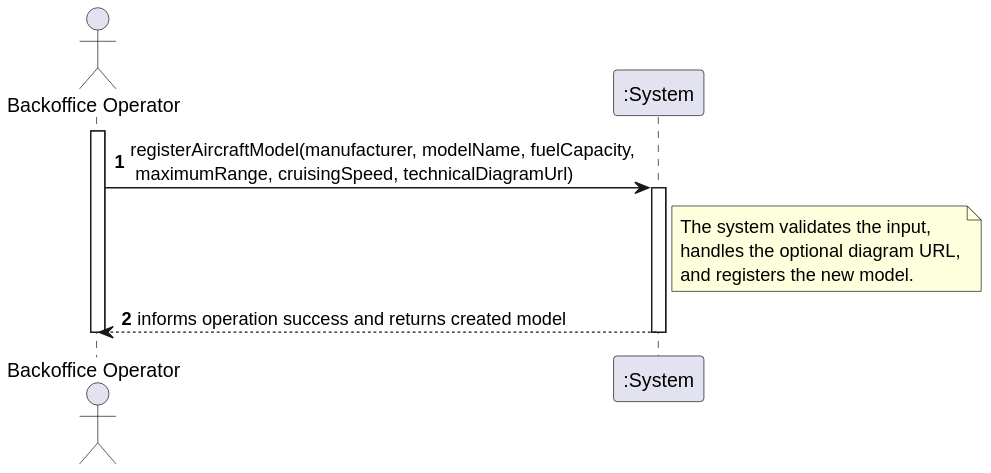
Before: docs/use-cases/WP#B/WP#1B/US202/svg/SSD/ssd_us202.svg, a diagram exported from PlantUML (Martim690/PSOFT_2db_1240690_1241484_1230985_1240568). Its diagram source:
```plantuml
@startuml
autonumber
actor "Backoffice Operator" as BO
participant ":System" as System

activate BO
BO -> System : registerAircraftModel(manufacturer, modelName, fuelCapacity,\n maximumRange, cruisingSpeed, technicalDiagramUrl)
activate System

note right of System: The system validates the input,\nhandles the optional diagram URL,\nand registers the new model.

System --> BO : informs operation success and returns created model
deactivate System
deactivate BO
@enduml
```
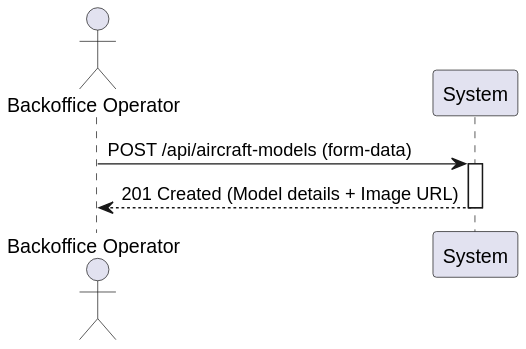
Above is the later version.

Diff of the diagram source:
```diff
@@ -1,15 +1,9 @@
 @startuml
-autonumber
-actor "Backoffice Operator" as BO
-participant ":System" as System
+actor "Backoffice Operator" as Operator
+participant "System" as System
 
-activate BO
-BO -> System : registerAircraftModel(manufacturer, modelName, fuelCapacity,\n maximumRange, cruisingSpeed, technicalDiagramUrl)
+Operator -> System: POST /api/aircraft-models (form-data)
 activate System
-
-note right of System: The system validates the input,\nhandles the optional diagram URL,\nand registers the new model.
-
-System --> BO : informs operation success and returns created model
+System --> Operator: 201 Created (Model details + Image URL)
 deactivate System
-deactivate BO
 @enduml
```
